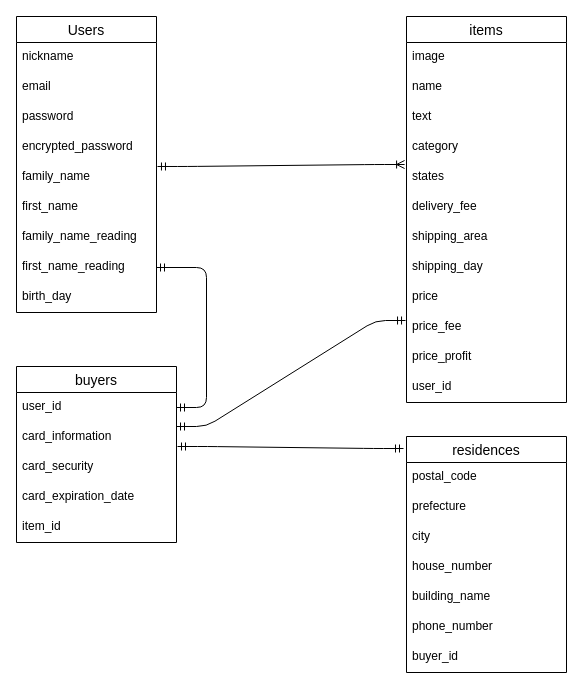
Earlier version of the draw.io diagram furima.dio (maemae1026/furima-34524). Source tidied: cells renumbered, new cells numbered last; positions are measured from the earlier drawing's top-left corner, leaving out a move shared by most shapes. Both pictures are drawn from the tidied source at 100%, with x=0, y=0 at pixel (16, 16).
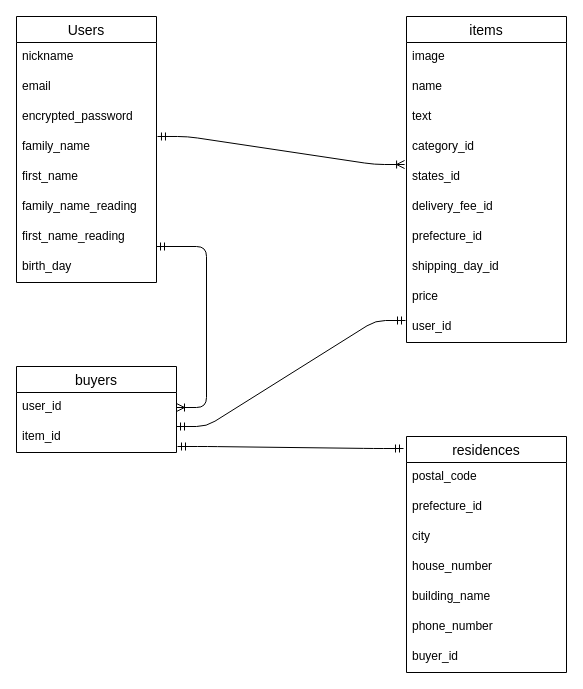
After the change.

The change refers to these unchanged cells:
```xml
<mxCell id="26" value="user_id" style="text;strokeColor=none;fillColor=none;spacingLeft=4;spacingRight=4;overflow=hidden;points=[[0,0.5],[1,0.5]];portConstraint=eastwest;fontSize=12;" parent="25" vertex="1">
  <mxGeometry y="26" width="160" height="30" as="geometry" />
</mxCell>
<mxCell id="31" value="residences" style="swimlane;fontStyle=0;horizontal=1;startSize=26;align=center;fontSize=14;" parent="1" vertex="1">
  <mxGeometry x="390" y="420" width="160" height="236" as="geometry" />
</mxCell>
```

What changed in the source:
```diff
@@
     <mxCell id="2" value="items" style="swimlane;fontStyle=0;horizontal=1;startSize=26;align=center;fontSize=14;" parent="1" vertex="1">
-      <mxGeometry x="390" width="160" height="386" as="geometry" />
+      <mxGeometry x="390" width="160" height="326" as="geometry" />
     </mxCell>
@@
-    <mxCell id="6" value="category" style="text;strokeColor=none;fillColor=none;spacingLeft=4;spacingRight=4;overflow=hidden;fontSize=12;" parent="2" vertex="1">
+    <mxCell id="6" value="category_id" style="text;strokeColor=none;fillColor=none;spacingLeft=4;spacingRight=4;overflow=hidden;fontSize=12;" parent="2" vertex="1">
       <mxGeometry y="116" width="160" height="30" as="geometry" />
     </mxCell>
-    <mxCell id="7" value="states" style="text;strokeColor=none;fillColor=none;spacingLeft=4;spacingRight=4;overflow=hidden;points=[[0,0.5],[1,0.5]];portConstraint=eastwest;fontSize=12;" parent="2" vertex="1">
+    <mxCell id="7" value="states_id" style="text;strokeColor=none;fillColor=none;spacingLeft=4;spacingRight=4;overflow=hidden;points=[[0,0.5],[1,0.5]];portConstraint=eastwest;fontSize=12;" parent="2" vertex="1">
       <mxGeometry y="146" width="160" height="30" as="geometry" />
     </mxCell>
-    <mxCell id="8" value="delivery_fee" style="text;strokeColor=none;fillColor=none;spacingLeft=4;spacingRight=4;overflow=hidden;fontSize=12;" parent="2" vertex="1">
+    <mxCell id="8" value="delivery_fee_id" style="text;strokeColor=none;fillColor=none;spacingLeft=4;spacingRight=4;overflow=hidden;fontSize=12;" parent="2" vertex="1">
       <mxGeometry y="176" width="160" height="30" as="geometry" />
     </mxCell>
-    <mxCell id="9" value="shipping_area" style="text;strokeColor=none;fillColor=none;spacingLeft=4;spacingRight=4;overflow=hidden;fontSize=12;" parent="2" vertex="1">
+    <mxCell id="9" value="prefecture_id" style="text;strokeColor=none;fillColor=none;spacingLeft=4;spacingRight=4;overflow=hidden;fontSize=12;" parent="2" vertex="1">
       <mxGeometry y="206" width="160" height="30" as="geometry" />
     </mxCell>
-    <mxCell id="10" value="shipping_day" style="text;strokeColor=none;fillColor=none;spacingLeft=4;spacingRight=4;overflow=hidden;fontSize=12;" parent="2" vertex="1">
+    <mxCell id="10" value="shipping_day_id" style="text;strokeColor=none;fillColor=none;spacingLeft=4;spacingRight=4;overflow=hidden;fontSize=12;" parent="2" vertex="1">
       <mxGeometry y="236" width="160" height="30" as="geometry" />
     </mxCell>
@@
-    <mxCell id="12" value="price_fee" style="text;strokeColor=none;fillColor=none;spacingLeft=4;spacingRight=4;overflow=hidden;points=[[0,0.5],[1,0.5]];portConstraint=eastwest;fontSize=12;" parent="2" vertex="1">
-      <mxGeometry y="296" width="160" height="30" as="geometry" />
-    </mxCell>
-    <mxCell id="13" value="price_profit" style="text;strokeColor=none;fillColor=none;spacingLeft=4;spacingRight=4;overflow=hidden;fontSize=12;" parent="2" vertex="1">
-      <mxGeometry y="326" width="160" height="30" as="geometry" />
-    </mxCell>
     <mxCell id="14" value="user_id" style="text;strokeColor=none;fillColor=none;spacingLeft=4;spacingRight=4;overflow=hidden;fontSize=12;" parent="2" vertex="1">
-      <mxGeometry y="356" width="160" height="30" as="geometry" />
+      <mxGeometry y="296" width="160" height="30" as="geometry" />
     </mxCell>
     <mxCell id="15" value="Users" style="swimlane;fontStyle=0;horizontal=1;startSize=26;align=center;fontSize=14;" parent="1" vertex="1">
-      <mxGeometry width="140" height="296" as="geometry" />
+      <mxGeometry width="140" height="266" as="geometry" />
     </mxCell>
@@
-    <mxCell id="18" value="password" style="text;strokeColor=none;fillColor=none;spacingLeft=4;spacingRight=4;overflow=hidden;fontSize=12;" parent="15" vertex="1">
-      <mxGeometry y="86" width="140" height="30" as="geometry" />
-    </mxCell>
     <mxCell id="19" value="encrypted_password" style="text;strokeColor=none;fillColor=none;spacingLeft=4;spacingRight=4;overflow=hidden;fontSize=12;" parent="15" vertex="1">
-      <mxGeometry y="116" width="140" height="30" as="geometry" />
+      <mxGeometry y="86" width="140" height="30" as="geometry" />
     </mxCell>
     <mxCell id="20" value="family_name" style="text;strokeColor=none;fillColor=none;spacingLeft=4;spacingRight=4;overflow=hidden;points=[[0,0.5],[1,0.5]];portConstraint=eastwest;fontSize=12;" parent="15" vertex="1">
-      <mxGeometry y="146" width="140" height="30" as="geometry" />
+      <mxGeometry y="116" width="140" height="30" as="geometry" />
     </mxCell>
     <mxCell id="21" value="first_name" style="text;strokeColor=none;fillColor=none;spacingLeft=4;spacingRight=4;overflow=hidden;fontSize=12;" parent="15" vertex="1">
-      <mxGeometry y="176" width="140" height="30" as="geometry" />
+      <mxGeometry y="146" width="140" height="30" as="geometry" />
     </mxCell>
     <mxCell id="22" value="family_name_reading" style="text;strokeColor=none;fillColor=none;spacingLeft=4;spacingRight=4;overflow=hidden;fontSize=12;" parent="15" vertex="1">
-      <mxGeometry y="206" width="140" height="30" as="geometry" />
+      <mxGeometry y="176" width="140" height="30" as="geometry" />
     </mxCell>
     <mxCell id="23" value="first_name_reading" style="text;strokeColor=none;fillColor=none;spacingLeft=4;spacingRight=4;overflow=hidden;points=[[0,0.5],[1,0.5]];portConstraint=eastwest;fontSize=12;" parent="15" vertex="1">
-      <mxGeometry y="236" width="140" height="30" as="geometry" />
+      <mxGeometry y="206" width="140" height="30" as="geometry" />
     </mxCell>
     <mxCell id="24" value="birth_day" style="text;strokeColor=none;fillColor=none;spacingLeft=4;spacingRight=4;overflow=hidden;fontSize=12;" parent="15" vertex="1">
-      <mxGeometry y="266" width="140" height="30" as="geometry" />
+      <mxGeometry y="236" width="140" height="30" as="geometry" />
     </mxCell>
     <mxCell id="25" value="buyers" style="swimlane;fontStyle=0;horizontal=1;startSize=26;align=center;fontSize=14;" parent="1" vertex="1">
-      <mxGeometry y="350" width="160" height="176" as="geometry" />
+      <mxGeometry y="350" width="160" height="86" as="geometry" />
     </mxCell>
@@
-    <mxCell id="27" value="card_information" style="text;strokeColor=none;fillColor=none;spacingLeft=4;spacingRight=4;overflow=hidden;fontSize=12;" parent="25" vertex="1">
-      <mxGeometry y="56" width="160" height="30" as="geometry" />
-    </mxCell>
-    <mxCell id="28" value="card_security" style="text;strokeColor=none;fillColor=none;spacingLeft=4;spacingRight=4;overflow=hidden;fontSize=12;" parent="25" vertex="1">
-      <mxGeometry y="86" width="160" height="30" as="geometry" />
-    </mxCell>
-    <mxCell id="29" value="card_expiration_date" style="text;strokeColor=none;fillColor=none;spacingLeft=4;spacingRight=4;overflow=hidden;fontSize=12;" parent="25" vertex="1">
-      <mxGeometry y="116" width="160" height="30" as="geometry" />
-    </mxCell>
     <mxCell id="30" value="item_id" style="text;strokeColor=none;fillColor=none;spacingLeft=4;spacingRight=4;overflow=hidden;fontSize=12;" parent="25" vertex="1">
-      <mxGeometry y="146" width="160" height="30" as="geometry" />
+      <mxGeometry y="56" width="160" height="30" as="geometry" />
     </mxCell>
@@
-    <mxCell id="33" value="prefecture" style="text;strokeColor=none;fillColor=none;spacingLeft=4;spacingRight=4;overflow=hidden;fontSize=12;" parent="31" vertex="1">
+    <mxCell id="33" value="prefecture_id" style="text;strokeColor=none;fillColor=none;spacingLeft=4;spacingRight=4;overflow=hidden;fontSize=12;" parent="31" vertex="1">
       <mxGeometry y="56" width="160" height="30" as="geometry" />
     </mxCell>
@@
-    <mxCell id="41" style="edgeStyle=entityRelationEdgeStyle;fontSize=12;html=1;endArrow=ERmandOne;startArrow=ERmandOne;exitX=1;exitY=0.5;exitDx=0;exitDy=0;" parent="1" edge="1" source="23" target="26">
-      <mxGeometry relative="1" as="geometry" />
-    </mxCell>
-    <mxCell id="42" style="edgeStyle=entityRelationEdgeStyle;fontSize=12;html=1;endArrow=ERmandOne;startArrow=ERmandOne;entryX=-0.006;entryY=0.267;entryDx=0;entryDy=0;entryPerimeter=0;" parent="1" edge="1" target="12">
+    <mxCell id="42" style="edgeStyle=entityRelationEdgeStyle;fontSize=12;html=1;endArrow=ERmandOne;startArrow=ERmandOne;entryX=-0.006;entryY=0.267;entryDx=0;entryDy=0;entryPerimeter=0;" parent="1" edge="1">
       <mxGeometry relative="1" as="geometry">
         <mxPoint x="160" y="410" as="sourcePoint" />
+        <mxPoint x="389" y="304" as="targetPoint" />
       </mxGeometry>
     </mxCell>
+    <mxCell id="43" style="edgeStyle=entityRelationEdgeStyle;fontSize=12;html=1;endArrow=ERoneToMany;startArrow=ERmandOne;" parent="1" edge="1" target="26">
+      <mxGeometry relative="1" as="geometry">
+        <mxPoint x="140" y="230" as="sourcePoint" />
+      </mxGeometry>
+    </mxCell>
```
